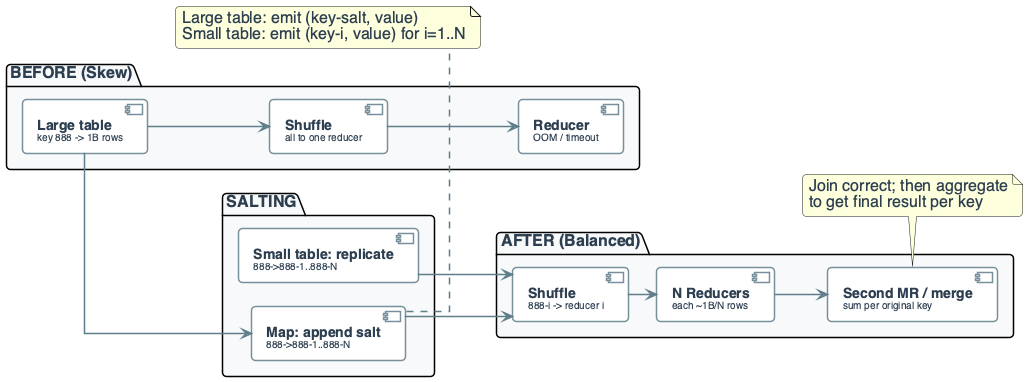
Earlier version of the PlantUML export diagrams/week06/week6_practice_slide18_skew_mitigation.png (OrPerets/data-engineering-course).
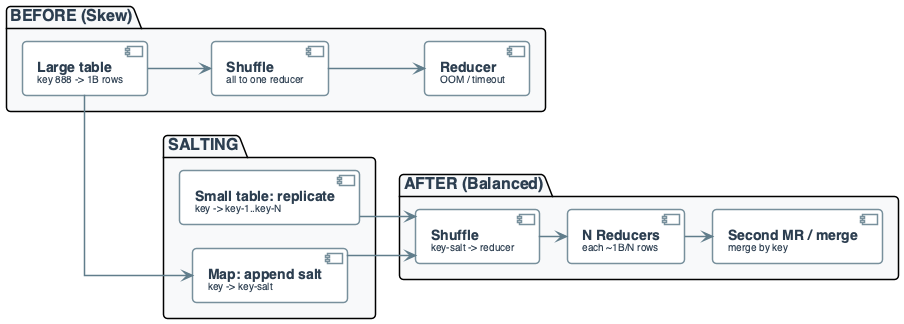
After the change.

Diff of the diagram source:
```diff
@@ -125,14 +125,14 @@
 }
 
 package "SALTING" #F8F9FA {
-    component "**Map: append salt**\n<size:10>888->888-1..888-N</size>" as SALT
-    component "**Small table: replicate**\n<size:10>888->888-1..888-N</size>" as REPL
+    component "**Map: append salt**\n<size:10>key -> key-salt</size>" as SALT
+    component "**Small table: replicate**\n<size:10>key -> key-1..key-N</size>" as REPL
 }
 
 package "AFTER (Balanced)" #F8F9FA {
-    component "**Shuffle**\n<size:10>888-i -> reducer i</size>" as SHUFFLE2
+    component "**Shuffle**\n<size:10>key-salt -> reducer</size>" as SHUFFLE2
     component "**N Reducers**\n<size:10>each ~1B/N rows</size>" as REDUCE2
-    component "**Second MR / merge**\n<size:10>sum per original key</size>" as MERGE
+    component "**Second MR / merge**\n<size:10>merge by key</size>" as MERGE
 }
 
 LARGE --> SHUFFLE1
@@ -144,14 +144,4 @@
 SHUFFLE2 --> REDUCE2
 REDUCE2 --> MERGE
 
-note bottom of SALT
-  Large table: emit (key-salt, value)
-  Small table: emit (key-i, value) for i=1..N
-end note
-
-note bottom of MERGE
-  Join correct; then aggregate
-  to get final result per key
-end note
-
 @enduml
```
